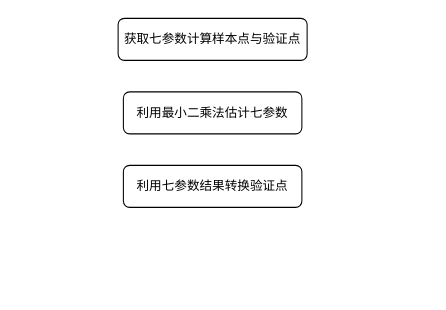
Above: epgis.drawio in ninexy/SpringcloudConfig-1 (draw.io), before the change. Source tidied: cells renumbered, new cells numbered last; positions are measured from the earlier drawing's top-left corner, leaving out a move shared by most shapes. Both pictures are drawn from the tidied source at 105%, with x=0, y=0 at pixel (118, 18).
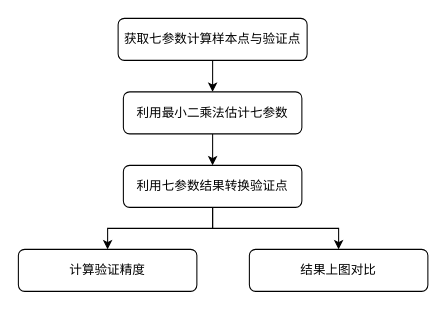
After the change.

Change to the diagram source:
```diff
@@
 <mxGraphModel>
   <root>
     <mxCell id="0" />
     <mxCell id="1" parent="0" />
+    <mxCell id="5" style="edgeStyle=orthogonalEdgeStyle;rounded=0;jettySize=auto;html=1;exitX=0.5;exitY=1;exitDx=0;exitDy=0;entryX=0.5;entryY=0;entryDx=0;entryDy=0;" parent="1" edge="1" source="2" target="3">
+      <mxGeometry relative="1" as="geometry" />
+    </mxCell>
     <mxCell id="2" value="获取七参数计算样本点与验证点" style="rounded=1;whiteSpace=wrap;html=1;" parent="1" vertex="1">
       <mxGeometry width="180" height="40" as="geometry" />
     </mxCell>
+    <mxCell id="6" style="edgeStyle=orthogonalEdgeStyle;rounded=0;jettySize=auto;html=1;exitX=0.5;exitY=1;exitDx=0;exitDy=0;entryX=0.5;entryY=0;entryDx=0;entryDy=0;" parent="1" edge="1" source="3" target="4">
+      <mxGeometry relative="1" as="geometry" />
+    </mxCell>
     <mxCell id="3" value="利用最小二乘法估计七参数" style="rounded=1;whiteSpace=wrap;html=1;" parent="1" vertex="1">
       <mxGeometry x="5" y="70" width="170" height="40" as="geometry" />
     </mxCell>
+    <mxCell id="7" style="edgeStyle=orthogonalEdgeStyle;rounded=0;jettySize=auto;html=1;exitX=0.5;exitY=1;exitDx=0;exitDy=0;entryX=0.5;entryY=0;entryDx=0;entryDy=0;" parent="1" edge="1" source="4" target="9">
+      <mxGeometry relative="1" as="geometry" />
+    </mxCell>
+    <mxCell id="8" style="edgeStyle=orthogonalEdgeStyle;rounded=0;jettySize=auto;html=1;exitX=0.5;exitY=1;exitDx=0;exitDy=0;entryX=0.5;entryY=0;entryDx=0;entryDy=0;" parent="1" edge="1" source="4" target="10">
+      <mxGeometry relative="1" as="geometry" />
+    </mxCell>
     <mxCell id="4" value="利用七参数结果转换验证点" style="rounded=1;whiteSpace=wrap;html=1;" parent="1" vertex="1">
       <mxGeometry x="5" y="140" width="170" height="40" as="geometry" />
     </mxCell>
+    <mxCell id="9" value="计算验证精度" style="rounded=1;whiteSpace=wrap;html=1;" parent="1" vertex="1">
+      <mxGeometry x="-95" y="220" width="170" height="40" as="geometry" />
+    </mxCell>
+    <mxCell id="10" value="结果上图对比" style="rounded=1;whiteSpace=wrap;html=1;" parent="1" vertex="1">
+      <mxGeometry x="125" y="220" width="170" height="40" as="geometry" />
+    </mxCell>
   </root>
 </mxGraphModel>
```
